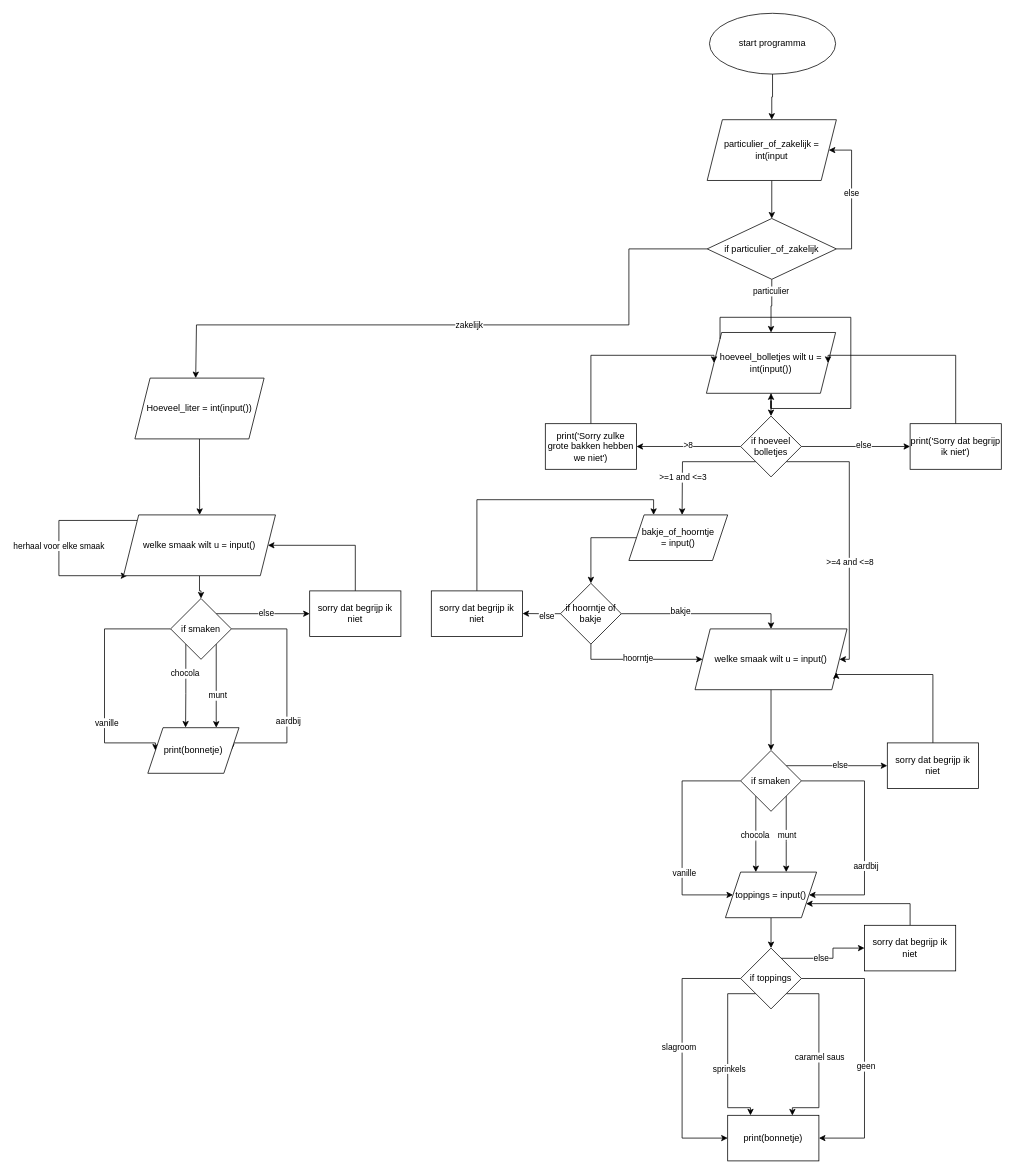
Michelkroon-bit/leren-programeren_opdrachten keeps this draw.io diagram as module 3/Proef module 3/Flowchard_proef_module_3.drawio.drawio. Above is the earlier version. Source tidied: cells renumbered, new cells numbered last; positions are measured from the earlier drawing's top-left corner, leaving out a move shared by most shapes. Both pictures are drawn from the tidied source at 76%, with x=0, y=0 at pixel (59, 13).
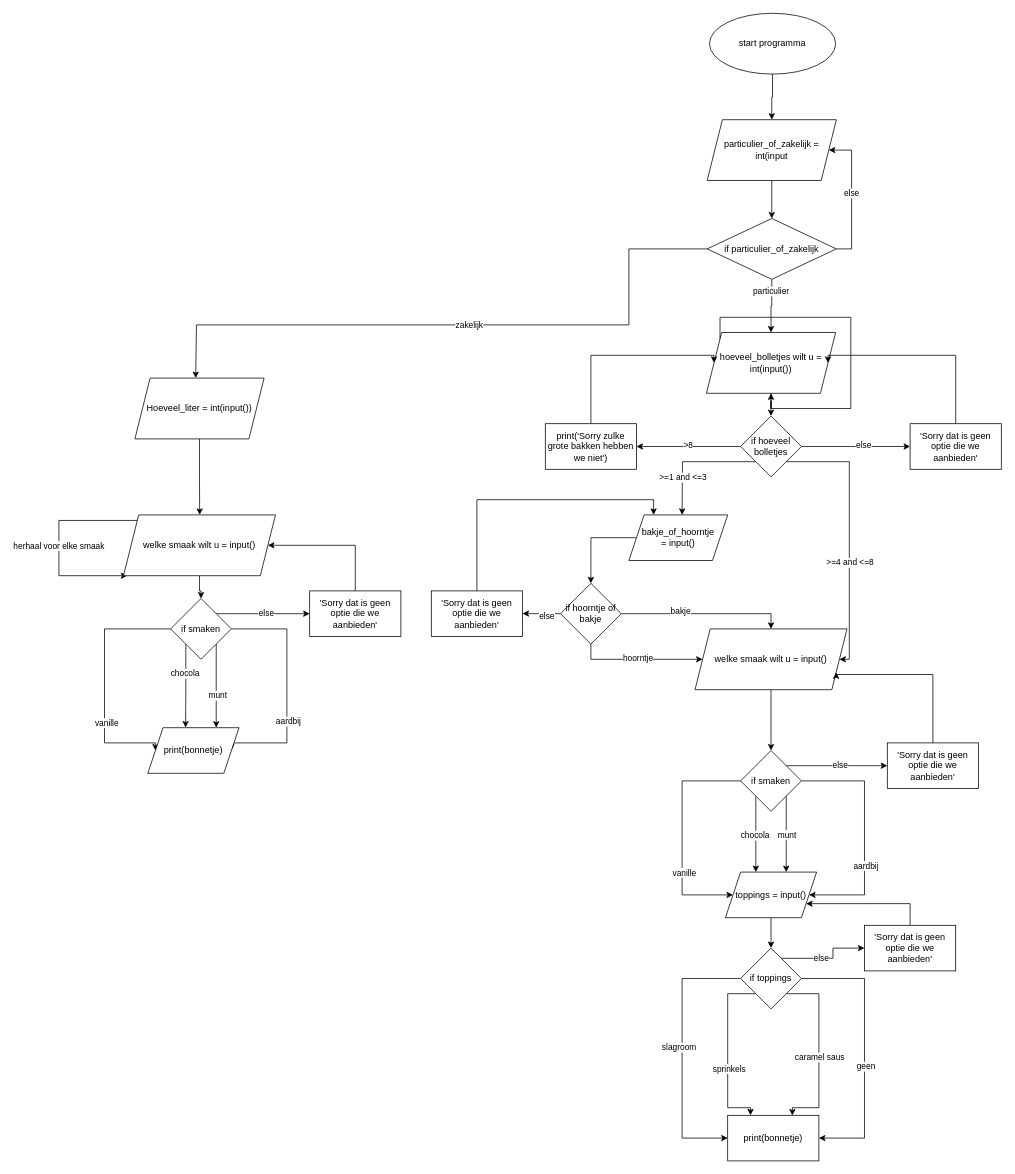
The same diagram, later.

Change to the diagram source:
```diff
@@
-    <mxCell id="18" value="print('Sorry dat begrijp ik niet')" style="rounded=0;whiteSpace=wrap;html=1;strokeColor=#000000;" parent="1" vertex="1">
+    <mxCell id="18" value="'Sorry dat is geen optie die we aanbieden'" style="rounded=0;whiteSpace=wrap;html=1;strokeColor=#000000;" parent="1" vertex="1">
       <mxGeometry x="1120" y="540" width="120" height="60" as="geometry" />
     </mxCell>
@@
-    <mxCell id="44" value="sorry dat begrijp ik niet" style="rounded=0;whiteSpace=wrap;html=1;" parent="1" vertex="1">
+    <mxCell id="44" value="'Sorry dat is geen optie die we aanbieden'" style="rounded=0;whiteSpace=wrap;html=1;" parent="1" vertex="1">
       <mxGeometry x="1090" y="960" width="120" height="60" as="geometry" />
     </mxCell>
@@
-    <mxCell id="46" value="sorry dat begrijp ik niet" style="rounded=0;whiteSpace=wrap;html=1;" parent="1" vertex="1">
+    <mxCell id="46" value="'Sorry dat is geen optie die we aanbieden'" style="rounded=0;whiteSpace=wrap;html=1;" parent="1" vertex="1">
       <mxGeometry x="490" y="760" width="120" height="60" as="geometry" />
     </mxCell>
@@
-    <mxCell id="59" value="sorry dat begrijp ik niet" style="rounded=0;whiteSpace=wrap;html=1;" parent="1" vertex="1">
+    <mxCell id="59" value="'Sorry dat is geen optie die we aanbieden'" style="rounded=0;whiteSpace=wrap;html=1;" parent="1" vertex="1">
       <mxGeometry x="1060" y="1200" width="120" height="60" as="geometry" />
     </mxCell>
@@
-    <mxCell id="89" value="sorry dat begrijp ik niet" style="rounded=0;whiteSpace=wrap;html=1;" parent="1" vertex="1">
+    <mxCell id="89" value="'Sorry dat is geen optie die we aanbieden'" style="rounded=0;whiteSpace=wrap;html=1;" parent="1" vertex="1">
       <mxGeometry x="330" y="760" width="120" height="60" as="geometry" />
     </mxCell>
```
